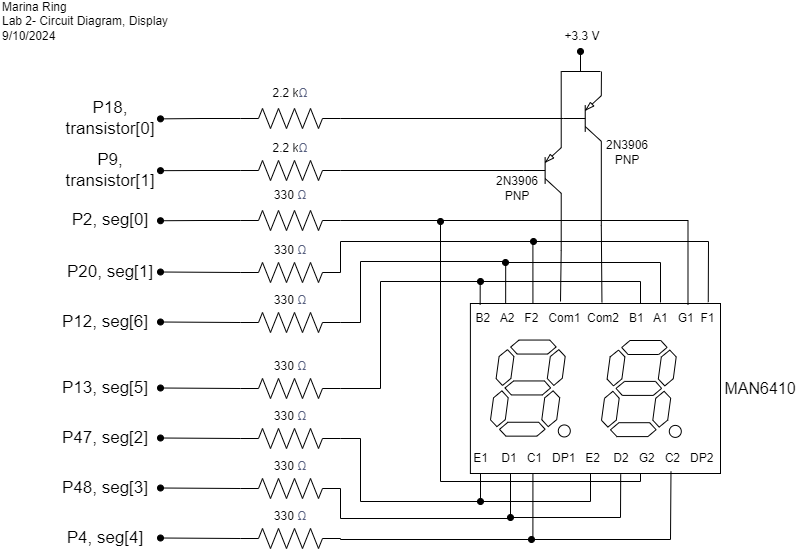
This is images/Lab2/CIRCUIT_DISPLAY.png from marinaring/marinaring.github.io, a draw.io export, as it was before one commit. Source tidied: cells renumbered, new cells last; positions are measured from the earlier drawing's top-left corner, leaving out a move shared by most shapes.
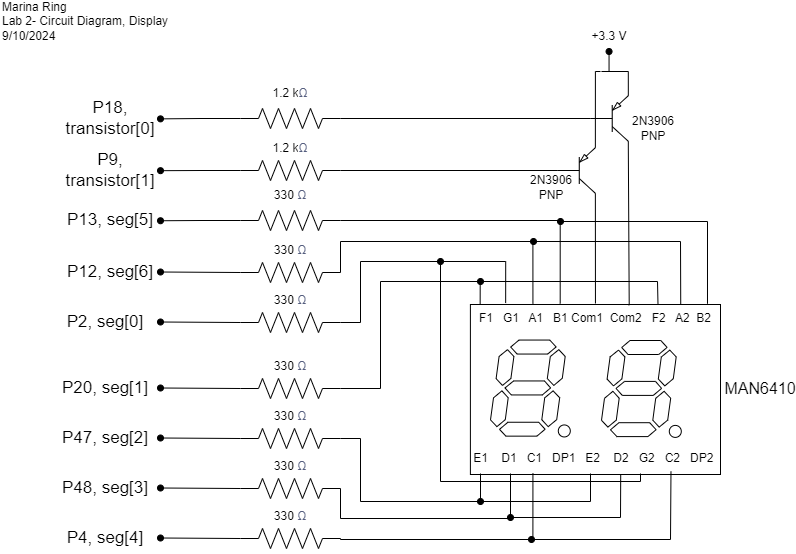
After the change.

What changed in the source:
```diff
@@ -2,6 +2,9 @@
   <root>
     <mxCell id="0" />
     <mxCell id="1" parent="0" />
+    <mxCell id="53" style="rounded=0;whiteSpace=wrap;html=1;fillColor=none;" parent="1" vertex="1">
+      <mxGeometry x="469.9" y="303" width="250.1" height="170" as="geometry" />
+    </mxCell>
     <mxCell id="2" style="edgeStyle=orthogonalEdgeStyle;rounded=0;jettySize=auto;html=1;exitX=0;exitY=0.5;exitDx=0;exitDy=0;exitPerimeter=0;endArrow=oval;endFill=1;" parent="1" edge="1" source="3">
       <mxGeometry relative="1" as="geometry">
         <mxPoint x="160" y="219.2" as="targetPoint" />
@@ -131,16 +134,16 @@
         </Array>
       </mxGeometry>
     </mxCell>
-    <mxCell id="29" value="P2, seg[0]" style="text;html=1;align=center;verticalAlign=middle;whiteSpace=wrap;rounded=0;fontSize=17;" parent="1" vertex="1">
+    <mxCell id="29" value="P13, seg[5]" style="text;html=1;align=center;verticalAlign=middle;whiteSpace=wrap;rounded=0;fontSize=17;" parent="1" vertex="1">
       <mxGeometry x="60" y="204" width="100" height="30" as="geometry" />
     </mxCell>
-    <mxCell id="30" value="P20, seg[1]" style="text;html=1;align=center;verticalAlign=middle;whiteSpace=wrap;rounded=0;fontSize=17;" parent="1" vertex="1">
+    <mxCell id="30" value="P12, seg[6]" style="text;html=1;align=center;verticalAlign=middle;whiteSpace=wrap;rounded=0;fontSize=17;" parent="1" vertex="1">
       <mxGeometry x="60" y="256" width="100" height="30" as="geometry" />
     </mxCell>
-    <mxCell id="31" value="P12, seg[6]" style="text;html=1;align=center;verticalAlign=middle;whiteSpace=wrap;rounded=0;fontSize=17;" parent="1" vertex="1">
+    <mxCell id="31" value="P2, seg[0]" style="text;html=1;align=center;verticalAlign=middle;whiteSpace=wrap;rounded=0;fontSize=17;" parent="1" vertex="1">
       <mxGeometry x="50" y="306" width="110" height="30" as="geometry" />
     </mxCell>
-    <mxCell id="32" value="P13, seg[5]" style="text;html=1;align=center;verticalAlign=middle;whiteSpace=wrap;rounded=0;fontSize=17;" parent="1" vertex="1">
+    <mxCell id="32" value="P20, seg[1]" style="text;html=1;align=center;verticalAlign=middle;whiteSpace=wrap;rounded=0;fontSize=17;" parent="1" vertex="1">
       <mxGeometry x="50" y="372" width="110" height="30" as="geometry" />
     </mxCell>
     <mxCell id="33" value="P47, seg[2]" style="text;html=1;align=center;verticalAlign=middle;whiteSpace=wrap;rounded=0;fontSize=17;" parent="1" vertex="1">
@@ -167,38 +170,31 @@
     <mxCell id="40" value="E1&amp;nbsp; &amp;nbsp; D1&amp;nbsp; &amp;nbsp;C1&amp;nbsp; &amp;nbsp;DP1&amp;nbsp; &amp;nbsp;E2&amp;nbsp; &amp;nbsp; D2&amp;nbsp; &amp;nbsp;G2&amp;nbsp; &amp;nbsp;C2&amp;nbsp; &amp;nbsp;DP2&amp;nbsp;" style="text;html=1;align=center;verticalAlign=middle;whiteSpace=wrap;rounded=0;" parent="1" vertex="1">
       <mxGeometry x="469.9" y="442" width="250.1" height="30" as="geometry" />
     </mxCell>
-    <mxCell id="41" value="B2&amp;nbsp; &amp;nbsp;A2&amp;nbsp; &amp;nbsp;F2&amp;nbsp; &amp;nbsp;Com1&amp;nbsp; Com2&amp;nbsp; &amp;nbsp;B1&amp;nbsp; &amp;nbsp;A1&amp;nbsp; &amp;nbsp;G1&amp;nbsp; F1" style="text;html=1;align=center;verticalAlign=middle;whiteSpace=wrap;rounded=0;" parent="1" vertex="1">
+    <mxCell id="41" value="F1&amp;nbsp; &amp;nbsp;G1&amp;nbsp; &amp;nbsp;A1&amp;nbsp; &amp;nbsp;B1 Com1&amp;nbsp; Com2&amp;nbsp; &amp;nbsp;F2&amp;nbsp; &amp;nbsp;A2&amp;nbsp; B2" style="text;html=1;align=center;verticalAlign=middle;whiteSpace=wrap;rounded=0;" parent="1" vertex="1">
       <mxGeometry x="469.9" y="302" width="250.1" height="30" as="geometry" />
     </mxCell>
-    <mxCell id="42" style="endArrow=oval;html=1;rounded=0;endFill=1;" parent="1" edge="1">
+    <mxCell id="42" style="endArrow=oval;html=1;rounded=0;endFill=1;exitX=0.75;exitY=0;exitDx=0;exitDy=0;" parent="1" edge="1" source="41">
       <mxGeometry relative="1" as="geometry">
-        <mxPoint x="640" y="302" as="sourcePoint" />
         <mxPoint x="480" y="280" as="targetPoint" />
         <Array as="points">
-          <mxPoint x="640" y="280" />
+          <mxPoint x="657" y="280" />
         </Array>
       </mxGeometry>
     </mxCell>
-    <mxCell id="43" style="endArrow=oval;html=1;rounded=0;endFill=1;" parent="1" edge="1">
-      <mxGeometry relative="1" as="geometry">
-        <mxPoint x="660" y="301" as="sourcePoint" />
-        <mxPoint x="505" y="261" as="targetPoint" />
-        <Array as="points">
-          <mxPoint x="660" y="261" />
-        </Array>
-      </mxGeometry>
-    </mxCell>
-    <mxCell id="44" style="endArrow=oval;html=1;rounded=0;endFill=1;exitX=0.951;exitY=-0.012;exitDx=0;exitDy=0;exitPerimeter=0;" parent="1" edge="1">
+    <mxCell id="44" style="endArrow=oval;html=1;rounded=0;endFill=1;exitX=0.841;exitY=0.022;exitDx=0;exitDy=0;exitPerimeter=0;" parent="1" edge="1" source="41">
       <mxGeometry relative="1" as="geometry">
-        <mxPoint x="707.7" y="300.6" as="sourcePoint" />
         <mxPoint x="533" y="240" as="targetPoint" />
         <Array as="points">
-          <mxPoint x="708" y="240" />
+          <mxPoint x="680" y="240" />
         </Array>
       </mxGeometry>
     </mxCell>
-    <mxCell id="45" style="edgeStyle=orthogonalEdgeStyle;rounded=0;jettySize=auto;html=1;exitX=1;exitY=0.5;exitDx=0;exitDy=0;exitPerimeter=0;entryX=0.87;entryY=0.044;entryDx=0;entryDy=0;entryPerimeter=0;endArrow=none;endFill=0;" parent="1" edge="1" source="3" target="41">
-      <mxGeometry relative="1" as="geometry" />
+    <mxCell id="45" style="edgeStyle=orthogonalEdgeStyle;rounded=0;jettySize=auto;html=1;exitX=1;exitY=0.5;exitDx=0;exitDy=0;exitPerimeter=0;entryX=0.359;entryY=0;entryDx=0;entryDy=0;entryPerimeter=0;endArrow=none;endFill=0;" parent="1" edge="1" source="3" target="41">
+      <mxGeometry relative="1" as="geometry">
+        <Array as="points">
+          <mxPoint x="560" y="219" />
+        </Array>
+      </mxGeometry>
     </mxCell>
     <mxCell id="46" style="endArrow=oval;html=1;rounded=0;endFill=1;" parent="1" edge="1">
       <mxGeometry relative="1" as="geometry">
@@ -228,7 +224,7 @@
     <mxCell id="49" style="endArrow=oval;html=1;rounded=0;endFill=1;" parent="1" edge="1">
       <mxGeometry relative="1" as="geometry">
         <mxPoint x="640" y="472" as="sourcePoint" />
-        <mxPoint x="440" y="220" as="targetPoint" />
+        <mxPoint x="440" y="260" as="targetPoint" />
         <Array as="points">
           <mxPoint x="640" y="480" />
           <mxPoint x="440" y="480" />
@@ -239,29 +235,23 @@
       <mxGeometry relative="1" as="geometry">
         <mxPoint x="600" y="70" as="targetPoint" />
         <Array as="points">
-          <mxPoint x="561" y="70" />
+          <mxPoint x="595" y="70" />
         </Array>
       </mxGeometry>
     </mxCell>
     <mxCell id="51" style="verticalLabelPosition=bottom;shadow=0;dashed=0;align=center;html=1;verticalAlign=top;shape=mxgraph.electrical.transistors.pnp_transistor_5;" parent="1" vertex="1">
-      <mxGeometry x="519.9" y="139.5" width="44.1" height="59" as="geometry" />
+      <mxGeometry x="554" y="139.5" width="44.1" height="59" as="geometry" />
     </mxCell>
-    <mxCell id="52" style="group;" parent="1" vertex="1">
-      <mxGeometry x="469.9" y="302" width="250.1" height="170" as="geometry" />
-    </mxCell>
-    <mxCell id="53" style="rounded=0;whiteSpace=wrap;html=1;fillColor=none;" parent="52" vertex="1">
-      <mxGeometry width="250.1" height="170" as="geometry" />
-    </mxCell>
-    <mxCell id="54" style="verticalLabelPosition=bottom;shadow=0;dashed=0;align=center;html=1;verticalAlign=top;shape=mxgraph.electrical.opto_electronics.7_segment_display_with_dp;" parent="52" vertex="1">
-      <mxGeometry x="131.1" y="37" width="79.8" height="96.9" as="geometry" />
-    </mxCell>
     <mxCell id="55" style="edgeStyle=orthogonalEdgeStyle;rounded=0;jettySize=auto;html=1;exitX=1;exitY=0;exitDx=0;exitDy=0;exitPerimeter=0;endArrow=none;endFill=0;" parent="1" edge="1" source="56">
       <mxGeometry relative="1" as="geometry">
         <mxPoint x="601" y="70" as="targetPoint" />
+        <Array as="points">
+          <mxPoint x="628" y="70" />
+        </Array>
       </mxGeometry>
     </mxCell>
     <mxCell id="56" style="verticalLabelPosition=bottom;shadow=0;dashed=0;align=center;html=1;verticalAlign=top;shape=mxgraph.electrical.transistors.pnp_transistor_5;" parent="1" vertex="1">
-      <mxGeometry x="560" y="87.5" width="44.1" height="59" as="geometry" />
+      <mxGeometry x="587" y="87.5" width="44.1" height="59" as="geometry" />
     </mxCell>
     <mxCell id="57" style="edgeStyle=orthogonalEdgeStyle;rounded=0;jettySize=auto;html=1;exitX=0;exitY=0.5;exitDx=0;exitDy=0;exitPerimeter=0;endArrow=oval;endFill=1;" parent="1" edge="1" source="58">
       <mxGeometry relative="1" as="geometry">
@@ -279,10 +269,10 @@
     <mxCell id="60" style="verticalLabelPosition=bottom;shadow=0;dashed=0;align=center;html=1;verticalAlign=top;shape=mxgraph.electrical.resistors.resistor_2;" parent="1" vertex="1">
       <mxGeometry x="240" y="159" width="100" height="20" as="geometry" />
     </mxCell>
-    <mxCell id="61" value="2.2 k&lt;span style=&quot;color: rgb(84, 93, 126); letter-spacing: 0.1px; text-align: left; background-color: rgb(255, 255, 255);&quot;&gt;&lt;font style=&quot;font-size: 12px;&quot; face=&quot;Helvetica&quot;&gt;Ω&lt;/font&gt;&lt;/span&gt;" style="text;html=1;align=center;verticalAlign=middle;whiteSpace=wrap;rounded=0;" parent="1" vertex="1">
+    <mxCell id="61" value="1.2 k&lt;span style=&quot;color: rgb(84, 93, 126); letter-spacing: 0.1px; text-align: left; background-color: rgb(255, 255, 255);&quot;&gt;&lt;font style=&quot;font-size: 12px;&quot; face=&quot;Helvetica&quot;&gt;Ω&lt;/font&gt;&lt;/span&gt;" style="text;html=1;align=center;verticalAlign=middle;whiteSpace=wrap;rounded=0;" parent="1" vertex="1">
       <mxGeometry x="260" y="77" width="60" height="30" as="geometry" />
     </mxCell>
-    <mxCell id="62" value="2.2 k&lt;span style=&quot;color: rgb(84, 93, 126); letter-spacing: 0.1px; text-align: left; background-color: rgb(255, 255, 255);&quot;&gt;&lt;font style=&quot;font-size: 12px;&quot; face=&quot;Helvetica&quot;&gt;Ω&lt;/font&gt;&lt;/span&gt;" style="text;html=1;align=center;verticalAlign=middle;whiteSpace=wrap;rounded=0;" parent="1" vertex="1">
+    <mxCell id="62" value="1.2 k&lt;span style=&quot;color: rgb(84, 93, 126); letter-spacing: 0.1px; text-align: left; background-color: rgb(255, 255, 255);&quot;&gt;&lt;font style=&quot;font-size: 12px;&quot; face=&quot;Helvetica&quot;&gt;Ω&lt;/font&gt;&lt;/span&gt;" style="text;html=1;align=center;verticalAlign=middle;whiteSpace=wrap;rounded=0;" parent="1" vertex="1">
       <mxGeometry x="260" y="132" width="60" height="30" as="geometry" />
     </mxCell>
     <mxCell id="63" style="edgeStyle=orthogonalEdgeStyle;rounded=0;jettySize=auto;html=1;exitX=1;exitY=0.5;exitDx=0;exitDy=0;exitPerimeter=0;entryX=0;entryY=0.5;entryDx=0;entryDy=0;entryPerimeter=0;endArrow=none;endFill=0;" parent="1" edge="1" source="58" target="56">
@@ -292,21 +282,27 @@
       <mxGeometry relative="1" as="geometry" />
     </mxCell>
     <mxCell id="65" value="+3.3 V" style="text;html=1;align=center;verticalAlign=middle;whiteSpace=wrap;rounded=0;" parent="1" vertex="1">
-      <mxGeometry x="552.1" y="20" width="60" height="30" as="geometry" />
+      <mxGeometry x="579.1" y="20" width="60" height="30" as="geometry" />
     </mxCell>
     <mxCell id="66" style="endArrow=oval;html=1;rounded=0;endFill=1;" parent="1" edge="1">
       <mxGeometry relative="1" as="geometry">
-        <mxPoint x="580" y="70" as="sourcePoint" />
-        <mxPoint x="580" y="50" as="targetPoint" />
+        <mxPoint x="608.5" y="70" as="sourcePoint" />
+        <mxPoint x="608.5" y="50" as="targetPoint" />
       </mxGeometry>
     </mxCell>
-    <mxCell id="67" style="edgeStyle=orthogonalEdgeStyle;rounded=0;jettySize=auto;html=1;exitX=1;exitY=1;exitDx=0;exitDy=0;exitPerimeter=0;endArrow=none;endFill=0;" parent="1" edge="1" source="51">
+    <mxCell id="67" style="edgeStyle=orthogonalEdgeStyle;rounded=0;jettySize=auto;html=1;exitX=1;exitY=1;exitDx=0;exitDy=0;exitPerimeter=0;endArrow=none;endFill=0;entryX=0.5;entryY=0;entryDx=0;entryDy=0;" parent="1" edge="1" source="51" target="41">
       <mxGeometry relative="1" as="geometry">
-        <mxPoint x="560" y="300" as="targetPoint" />
+        <Array as="points">
+          <mxPoint x="595" y="199" />
+        </Array>
       </mxGeometry>
     </mxCell>
-    <mxCell id="68" style="edgeStyle=orthogonalEdgeStyle;rounded=0;jettySize=auto;html=1;exitX=1;exitY=1;exitDx=0;exitDy=0;exitPerimeter=0;entryX=0.526;entryY=-0.007;entryDx=0;entryDy=0;entryPerimeter=0;endArrow=none;endFill=0;" parent="1" edge="1" source="56" target="53">
-      <mxGeometry relative="1" as="geometry" />
+    <mxCell id="68" style="edgeStyle=orthogonalEdgeStyle;rounded=0;jettySize=auto;html=1;exitX=1;exitY=1;exitDx=0;exitDy=0;exitPerimeter=0;entryX=0.635;entryY=0.06;entryDx=0;entryDy=0;entryPerimeter=0;endArrow=none;endFill=0;" parent="1" edge="1" source="56" target="41">
+      <mxGeometry relative="1" as="geometry">
+        <Array as="points">
+          <mxPoint x="629" y="147" />
+        </Array>
+      </mxGeometry>
     </mxCell>
     <mxCell id="69" value="P18, transistor[0]" style="text;html=1;align=center;verticalAlign=middle;whiteSpace=wrap;rounded=0;fontSize=17;" parent="1" vertex="1">
       <mxGeometry x="60" y="102" width="100" height="30" as="geometry" />
@@ -315,10 +311,22 @@
       <mxGeometry x="60" y="154" width="100" height="30" as="geometry" />
     </mxCell>
     <mxCell id="71" value="2N3906 PNP" style="text;html=1;align=center;verticalAlign=middle;whiteSpace=wrap;rounded=0;" parent="1" vertex="1">
-      <mxGeometry x="597" y="135.5" width="60" height="30" as="geometry" />
+      <mxGeometry x="623" y="111.5" width="60" height="30" as="geometry" />
     </mxCell>
     <mxCell id="72" value="2N3906 PNP" style="text;html=1;align=center;verticalAlign=middle;whiteSpace=wrap;rounded=0;" parent="1" vertex="1">
-      <mxGeometry x="487" y="172" width="60" height="30" as="geometry" />
+      <mxGeometry x="521" y="170.5" width="60" height="30" as="geometry" />
     </mxCell>
+    <mxCell id="54" style="verticalLabelPosition=bottom;shadow=0;dashed=0;align=center;html=1;verticalAlign=top;shape=mxgraph.electrical.opto_electronics.7_segment_display_with_dp;" parent="1" vertex="1">
+      <mxGeometry x="601" y="339" width="79.8" height="96.9" as="geometry" />
+    </mxCell>
+    <mxCell id="73" style="endArrow=oval;html=1;rounded=0;endFill=1;exitX=0.948;exitY=0.043;exitDx=0;exitDy=0;exitPerimeter=0;" parent="1" edge="1">
+      <mxGeometry relative="1" as="geometry">
+        <mxPoint x="707" y="302.3" as="sourcePoint" />
+        <mxPoint x="560" y="220" as="targetPoint" />
+        <Array as="points">
+          <mxPoint x="707" y="220" />
+        </Array>
+      </mxGeometry>
+    </mxCell>
   </root>
 </mxGraphModel>
```
